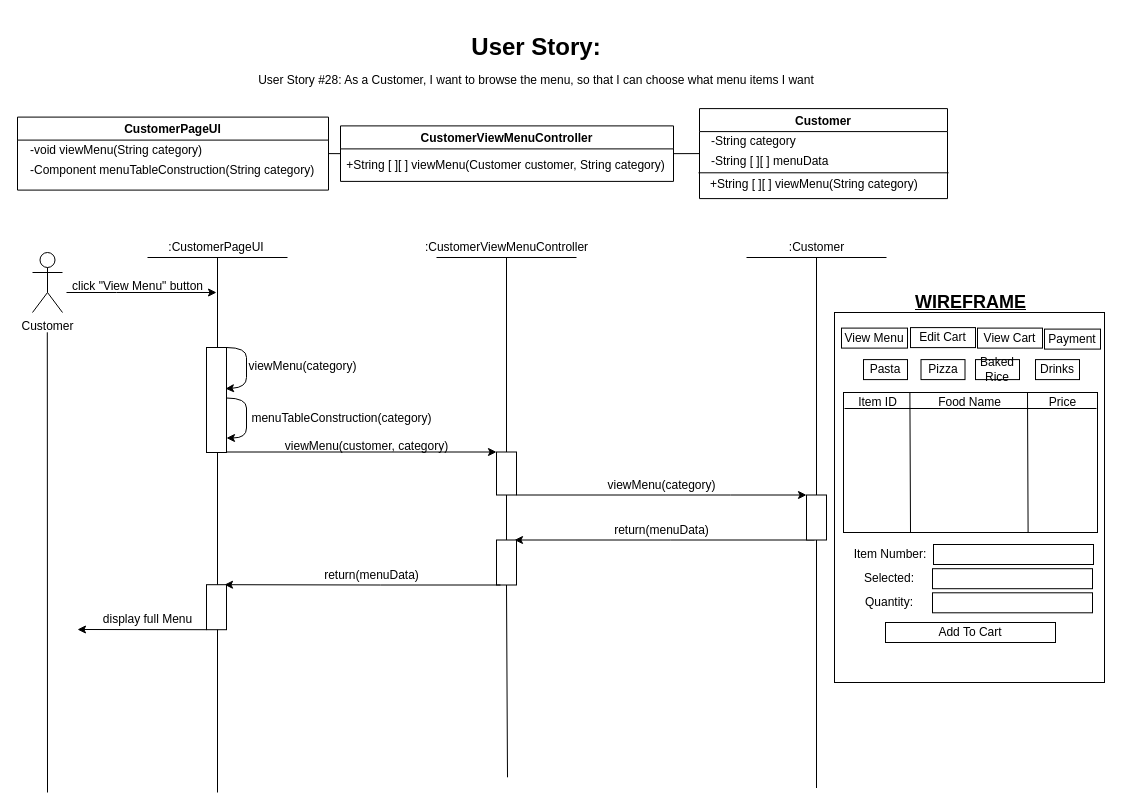
This is BCE_UML_and_Diagrams/Customer (WIP)/Customer_Browse(#28)/UserStory#28_Customer_Browse.drawio from extred5700/JAVAGUI-Restaurant-Table-Order-System, a draw.io file, before an edit. Source tidied: cells renumbered, new cells numbered last; positions are measured from the earlier drawing's top-left corner, leaving out a move shared by most shapes. Both pictures are drawn from the tidied source at 100%, with x=0, y=0 at pixel (17, 27).
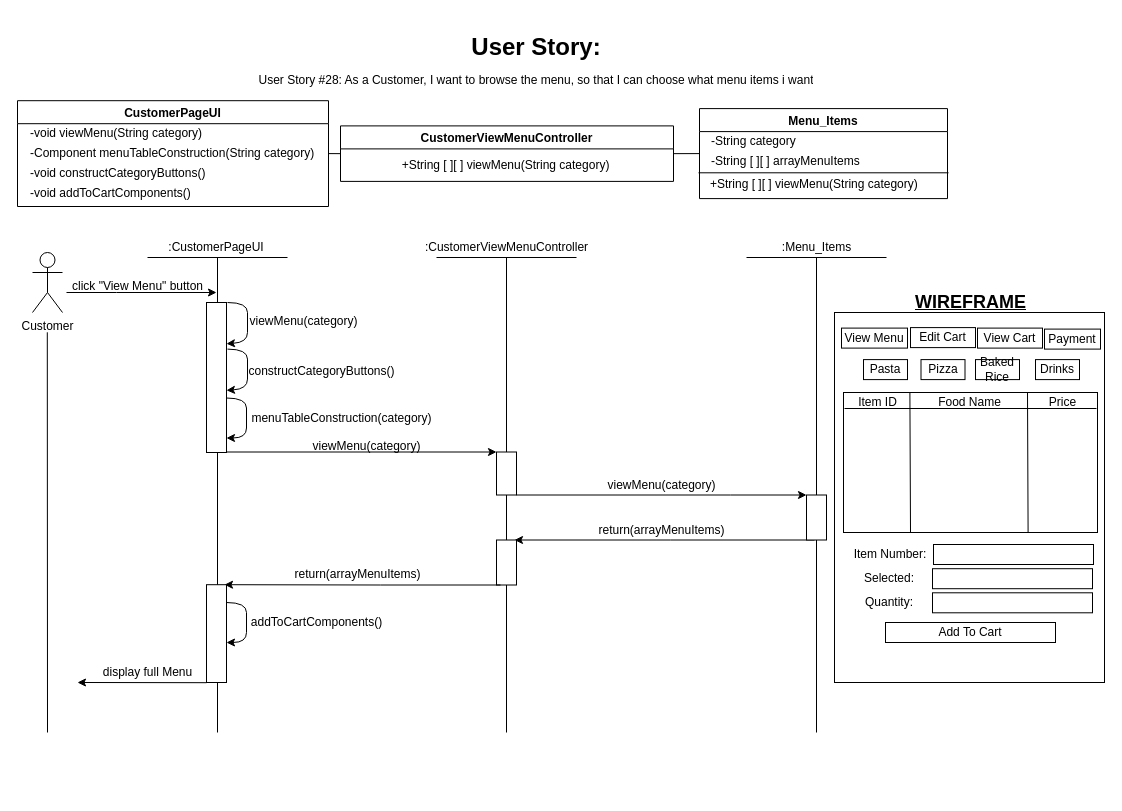
After the change.

Commit message (it also covers changes not shown here):
BCE Sequence for Customer

The change refers to these unchanged cells:
```xml
<mxCell id="7" value="CustomerViewMenuController" style="swimlane;startSize=23;" parent="1" vertex="1">
  <mxGeometry x="323" y="98.4" width="333" height="55.5" as="geometry" />
</mxCell>
<mxCell id="53" style="rounded=0;whiteSpace=wrap;html=1;" parent="1" vertex="1">
  <mxGeometry x="479" y="512.5" width="20" height="45" as="geometry" />
</mxCell>
```

The edit, as a diff of the source:
```diff
@@
     <mxCell id="3" style="endArrow=none;html=1;rounded=0;fontSize=17;" parent="1" edge="1">
       <mxGeometry relative="1" as="geometry">
-        <mxPoint x="200" y="765" as="sourcePoint" />
+        <mxPoint x="200" y="705" as="sourcePoint" />
         <mxPoint x="200" y="230.5" as="targetPoint" />
       </mxGeometry>
     </mxCell>
     <mxCell id="4" value="CustomerPageUI" style="swimlane;" parent="1" vertex="1">
-      <mxGeometry y="89.6" width="311" height="73" as="geometry" />
+      <mxGeometry y="73.2" width="311" height="105.8" as="geometry" />
     </mxCell>
@@
+    <mxCell id="72" value="-void constructCategoryButtons()" style="text;html=1;align=left;verticalAlign=middle;strokeColor=none;fillColor=none;" parent="4" vertex="1">
+      <mxGeometry x="11" y="63" width="190" height="20" as="geometry" />
+    </mxCell>
+    <mxCell id="73" value="-void addToCartComponents()" style="text;html=1;align=left;verticalAlign=middle;strokeColor=none;fillColor=none;" parent="4" vertex="1">
+      <mxGeometry x="11" y="83" width="180" height="20" as="geometry" />
+    </mxCell>
@@
-    <mxCell id="8" value="&lt;div style=&quot;text-align: left&quot;&gt;+String [ ][ ] viewMenu(Customer customer, String category)&lt;/div&gt;" style="text;html=1;align=center;verticalAlign=middle;strokeColor=none;fillColor=none;" parent="7" vertex="1">
-      <mxGeometry y="30" width="330" height="20" as="geometry" />
+    <mxCell id="8" value="&lt;div style=&quot;text-align: left&quot;&gt;+String [ ][ ] viewMenu(String category)&lt;/div&gt;" style="text;html=1;align=center;verticalAlign=middle;strokeColor=none;fillColor=none;" parent="7" vertex="1">
+      <mxGeometry x="55" y="30" width="220" height="20" as="geometry" />
     </mxCell>
-    <mxCell id="9" value="Customer" style="swimlane;" parent="1" vertex="1">
+    <mxCell id="9" value="Menu_Items" style="swimlane;" parent="1" vertex="1">
       <mxGeometry x="682" y="81.1" width="248" height="90" as="geometry" />
     </mxCell>
@@
-    <mxCell id="12" value="-String [ ][ ] menuData" style="text;html=1;align=left;verticalAlign=middle;strokeColor=none;fillColor=none;" parent="9" vertex="1">
-      <mxGeometry x="10" y="43" width="130" height="20" as="geometry" />
+    <mxCell id="12" value="-String [ ][ ] arrayMenuItems" style="text;html=1;align=left;verticalAlign=middle;strokeColor=none;fillColor=none;" parent="9" vertex="1">
+      <mxGeometry x="10" y="43" width="160" height="20" as="geometry" />
     </mxCell>
@@
-    <mxCell id="20" value=":Customer" style="text;html=1;align=center;verticalAlign=middle;points=[];strokeColor=none;fillColor=none;" parent="1" vertex="1">
-      <mxGeometry x="764" y="210" width="70" height="20" as="geometry" />
+    <mxCell id="20" value=":Menu_Items" style="text;html=1;align=center;verticalAlign=middle;points=[];strokeColor=none;fillColor=none;" parent="1" vertex="1">
+      <mxGeometry x="759" y="210" width="80" height="20" as="geometry" />
     </mxCell>
@@
-    <mxCell id="25" value="&lt;div style=&quot;text-align: left&quot;&gt;&lt;span&gt;viewMenu(customer, category)&lt;/span&gt;&lt;/div&gt;" style="text;html=1;align=center;verticalAlign=middle;strokeColor=none;fillColor=none;" parent="1" vertex="1">
-      <mxGeometry x="259" y="408.5" width="180" height="20" as="geometry" />
+    <mxCell id="25" value="&lt;div style=&quot;text-align: left&quot;&gt;&lt;span&gt;viewMenu(category)&lt;/span&gt;&lt;/div&gt;" style="text;html=1;align=center;verticalAlign=middle;strokeColor=none;fillColor=none;" parent="1" vertex="1">
+      <mxGeometry x="289" y="408.5" width="120" height="20" as="geometry" />
     </mxCell>
@@
     <mxCell id="29" style="endArrow=none;html=1;rounded=0;entryX=0.5;entryY=0.982;entryDx=0;entryDy=0;entryPerimeter=0;" parent="1" edge="1" target="20">
       <mxGeometry relative="1" as="geometry">
-        <mxPoint x="799" y="760.5" as="sourcePoint" />
+        <mxPoint x="799" y="705" as="sourcePoint" />
       </mxGeometry>
     </mxCell>
@@
-    <mxCell id="40" style="curved=1;endArrow=classic;html=1;rounded=0;entryX=0.95;entryY=0.392;entryDx=0;entryDy=0;exitX=1;exitY=0;exitDx=0;exitDy=0;entryPerimeter=0;" parent="1" edge="1" source="41" target="41">
+    <mxCell id="40" style="curved=1;endArrow=classic;html=1;rounded=0;entryX=0.95;entryY=0.392;entryDx=0;entryDy=0;exitX=1;exitY=0;exitDx=0;exitDy=0;entryPerimeter=0;" parent="1" edge="1">
       <mxGeometry relative="1" as="geometry">
+        <mxPoint x="210" y="275" as="sourcePoint" />
+        <mxPoint x="209" y="316.2" as="targetPoint" />
         <Array as="points">
-          <mxPoint x="229" y="320" />
-          <mxPoint x="229" y="340" />
-          <mxPoint x="229" y="360" />
+          <mxPoint x="230" y="275" />
+          <mxPoint x="230" y="295" />
+          <mxPoint x="230" y="315" />
         </Array>
       </mxGeometry>
     </mxCell>
     <mxCell id="41" style="rounded=0;whiteSpace=wrap;html=1;" parent="1" vertex="1">
-      <mxGeometry x="189" y="320" width="20" height="105" as="geometry" />
+      <mxGeometry x="189" y="275" width="20" height="150" as="geometry" />
     </mxCell>
     <mxCell id="42" value="&lt;span style=&quot;font-size: 12px&quot;&gt;viewMenu(category)&lt;/span&gt;" style="text;html=1;align=center;verticalAlign=middle;strokeColor=none;fillColor=none;fontSize=16;" parent="1" vertex="1">
-      <mxGeometry x="225" y="322.1" width="120" height="30" as="geometry" />
+      <mxGeometry x="226" y="277.1" width="120" height="30" as="geometry" />
     </mxCell>
@@
-    <mxCell id="52" value="&lt;h1&gt;User Story:&lt;br&gt;&lt;font style=&quot;font-size: 12px ; font-weight: normal&quot;&gt;User Story #28: As a Customer, I want to browse the menu, so that I can choose what menu items I want&lt;/font&gt;&lt;/h1&gt;" style="text;html=1;strokeColor=none;fillColor=none;spacing=5;spacingTop=-20;whiteSpace=wrap;overflow=hidden;rounded=0;align=center;" parent="1" vertex="1">
+    <mxCell id="52" value="&lt;h1&gt;User Story:&lt;br&gt;&lt;font style=&quot;font-size: 12px ; font-weight: normal&quot;&gt;User Story #28: As a Customer, I want to browse the menu, so that I can choose what menu items i want&lt;/font&gt;&lt;/h1&gt;" style="text;html=1;strokeColor=none;fillColor=none;spacing=5;spacingTop=-20;whiteSpace=wrap;overflow=hidden;rounded=0;align=center;" parent="1" vertex="1">
       <mxGeometry x="229" width="580" height="75" as="geometry" />
     </mxCell>
@@
     <mxCell id="54" style="endArrow=none;html=1;rounded=0;startArrow=none;entryX=0.5;entryY=1;entryDx=0;entryDy=0;entryPerimeter=0;" parent="1" edge="1" target="53">
       <mxGeometry relative="1" as="geometry">
-        <mxPoint x="490" y="749.8" as="sourcePoint" />
+        <mxPoint x="489" y="705" as="sourcePoint" />
       </mxGeometry>
     </mxCell>
-    <mxCell id="55" value="return(menuData)" style="text;html=1;align=center;verticalAlign=middle;strokeColor=none;fillColor=none;fontSize=12;" parent="1" vertex="1">
-      <mxGeometry x="589" y="492.8" width="110" height="20" as="geometry" />
+    <mxCell id="55" value="return(arrayMenuItems)" style="text;html=1;align=center;verticalAlign=middle;strokeColor=none;fillColor=none;fontSize=12;" parent="1" vertex="1">
+      <mxGeometry x="574" y="492.8" width="140" height="20" as="geometry" />
     </mxCell>
@@
     <mxCell id="57" style="rounded=0;whiteSpace=wrap;html=1;" parent="1" vertex="1">
-      <mxGeometry x="189" y="557.2" width="20" height="45" as="geometry" />
+      <mxGeometry x="189" y="557.2" width="20" height="97.8" as="geometry" />
     </mxCell>
-    <mxCell id="58" value="return(menuData)" style="text;html=1;align=center;verticalAlign=middle;strokeColor=none;fillColor=none;fontSize=12;" parent="1" vertex="1">
-      <mxGeometry x="299" y="537.5" width="110" height="20" as="geometry" />
-    </mxCell>
     <mxCell id="59" style="endArrow=none;html=1;rounded=0;" parent="1" edge="1">
       <mxGeometry relative="1" as="geometry">
-        <mxPoint x="30" y="765" as="sourcePoint" />
+        <mxPoint x="30" y="705" as="sourcePoint" />
         <mxPoint x="29.8" y="304.8" as="targetPoint" />
       </mxGeometry>
     </mxCell>
@@
     <mxCell id="62" style="endArrow=classic;html=1;rounded=0;" parent="1" edge="1">
       <mxGeometry relative="1" as="geometry">
-        <mxPoint x="189" y="602.2" as="sourcePoint" />
-        <mxPoint x="60" y="602" as="targetPoint" />
+        <mxPoint x="189" y="655.2" as="sourcePoint" />
+        <mxPoint x="60" y="655" as="targetPoint" />
       </mxGeometry>
     </mxCell>
     <mxCell id="63" value="display full Menu" style="text;html=1;align=center;verticalAlign=middle;strokeColor=none;fillColor=none;" parent="1" vertex="1">
-      <mxGeometry x="80" y="582.2" width="100" height="20" as="geometry" />
+      <mxGeometry x="80" y="635.2" width="100" height="20" as="geometry" />
     </mxCell>
@@
+    <mxCell id="74" value="return(arrayMenuItems)" style="text;html=1;align=center;verticalAlign=middle;strokeColor=none;fillColor=none;fontSize=12;" parent="1" vertex="1">
+      <mxGeometry x="270" y="537" width="140" height="20" as="geometry" />
+    </mxCell>
+    <mxCell id="75" style="curved=1;endArrow=classic;html=1;rounded=0;entryX=0.95;entryY=0.392;entryDx=0;entryDy=0;exitX=1;exitY=0;exitDx=0;exitDy=0;entryPerimeter=0;" parent="1" edge="1">
+      <mxGeometry relative="1" as="geometry">
+        <mxPoint x="210" y="321.6" as="sourcePoint" />
+        <mxPoint x="209" y="362.8" as="targetPoint" />
+        <Array as="points">
+          <mxPoint x="230" y="321.6" />
+          <mxPoint x="230" y="341.6" />
+          <mxPoint x="230" y="361.6" />
+        </Array>
+      </mxGeometry>
+    </mxCell>
+    <mxCell id="76" value="&lt;span style=&quot;font-size: 12px&quot;&gt;constructCategoryButtons()&lt;/span&gt;" style="text;html=1;align=center;verticalAlign=middle;strokeColor=none;fillColor=none;fontSize=16;" parent="1" vertex="1">
+      <mxGeometry x="224" y="327.1" width="160" height="30" as="geometry" />
+    </mxCell>
+    <mxCell id="77" style="curved=1;endArrow=classic;html=1;rounded=0;entryX=1;entryY=1;entryDx=0;entryDy=0;exitX=1;exitY=0;exitDx=0;exitDy=0;" parent="1" edge="1">
+      <mxGeometry relative="1" as="geometry">
+        <mxPoint x="209" y="575" as="sourcePoint" />
+        <mxPoint x="209" y="615" as="targetPoint" />
+        <Array as="points">
+          <mxPoint x="229" y="575" />
+          <mxPoint x="229" y="595" />
+          <mxPoint x="229" y="615" />
+        </Array>
+      </mxGeometry>
+    </mxCell>
+    <mxCell id="78" value="&lt;span style=&quot;font-size: 12px&quot;&gt;addToCartComponents()&lt;/span&gt;" style="text;html=1;align=center;verticalAlign=middle;strokeColor=none;fillColor=none;fontSize=16;" parent="1" vertex="1">
+      <mxGeometry x="224" y="578" width="150" height="30" as="geometry" />
+    </mxCell>
```
